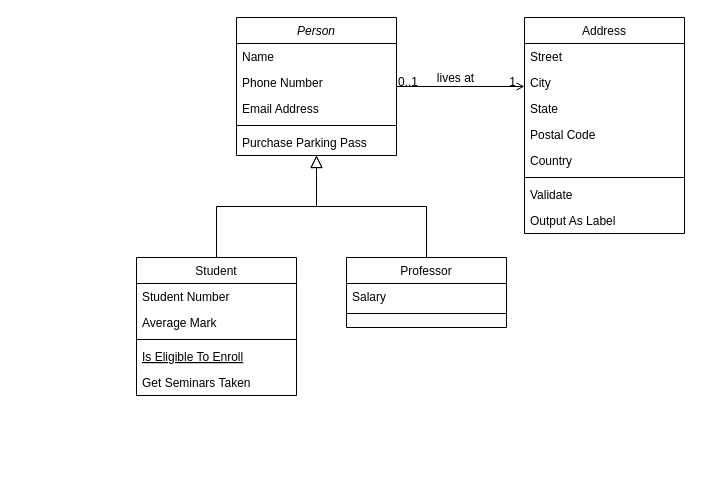
Before: Homework/Homework2/src/HW3/doc/Untitled Diagram.drawio in hfaus/CSCE240-SP22, a draw.io diagram. Source tidied: cells renumbered, new cells numbered last; positions are measured from the earlier drawing's top-left corner, leaving out a move shared by most shapes. Both pictures are drawn from the tidied source at 100%, with x=0, y=0 at pixel (136, 17).
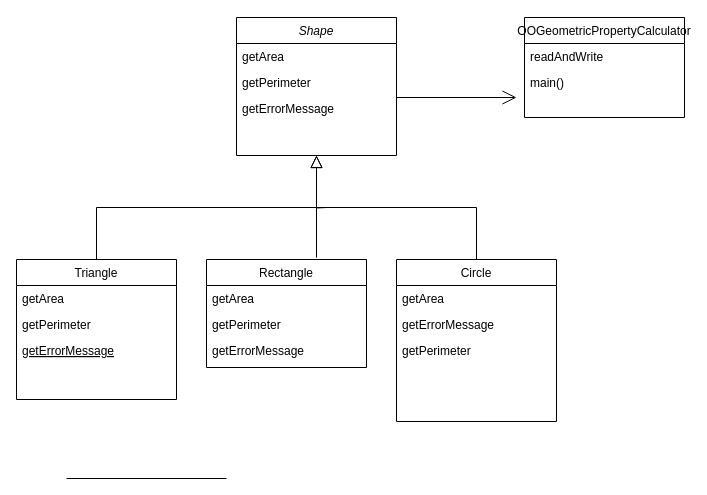
The same diagram, later.

Change to the diagram source:
```diff
@@
-    <mxCell id="2" value="Person" style="swimlane;fontStyle=2;align=center;verticalAlign=top;horizontal=1;startSize=26;rounded=0;shadow=0;strokeWidth=1;" parent="1" vertex="1">
+    <mxCell id="2" value="Shape" style="swimlane;fontStyle=2;align=center;verticalAlign=top;horizontal=1;startSize=26;rounded=0;shadow=0;strokeWidth=1;" parent="1" vertex="1">
       <mxGeometry x="100" width="160" height="138" as="geometry" />
     </mxCell>
-    <mxCell id="3" value="Name" style="text;align=left;verticalAlign=top;spacingLeft=4;spacingRight=4;overflow=hidden;" parent="2" vertex="1">
+    <mxCell id="3" value="getArea" style="text;align=left;verticalAlign=top;spacingLeft=4;spacingRight=4;overflow=hidden;" parent="2" vertex="1">
       <mxGeometry y="26" width="160" height="26" as="geometry" />
     </mxCell>
-    <mxCell id="4" value="Phone Number" style="text;align=left;verticalAlign=top;spacingLeft=4;spacingRight=4;overflow=hidden;rounded=0;shadow=0;html=0;" parent="2" vertex="1">
+    <mxCell id="4" value="getPerimeter" style="text;align=left;verticalAlign=top;spacingLeft=4;spacingRight=4;overflow=hidden;rounded=0;shadow=0;html=0;" parent="2" vertex="1">
       <mxGeometry y="52" width="160" height="26" as="geometry" />
     </mxCell>
-    <mxCell id="5" value="Email Address" style="text;align=left;verticalAlign=top;spacingLeft=4;spacingRight=4;overflow=hidden;rounded=0;shadow=0;html=0;" parent="2" vertex="1">
+    <mxCell id="5" value="getErrorMessage" style="text;align=left;verticalAlign=top;spacingLeft=4;spacingRight=4;overflow=hidden;rounded=0;shadow=0;html=0;" parent="2" vertex="1">
       <mxGeometry y="78" width="160" height="26" as="geometry" />
     </mxCell>
-    <mxCell id="6" style="line;html=1;strokeWidth=1;align=left;verticalAlign=middle;spacingTop=-1;spacingLeft=3;spacingRight=3;labelPosition=right;" parent="2" vertex="1">
-      <mxGeometry y="104" width="160" height="8" as="geometry" />
-    </mxCell>
-    <mxCell id="7" value="Purchase Parking Pass" style="text;align=left;verticalAlign=top;spacingLeft=4;spacingRight=4;overflow=hidden;" parent="2" vertex="1">
-      <mxGeometry y="112" width="160" height="26" as="geometry" />
-    </mxCell>
-    <mxCell id="8" value="Student" style="swimlane;fontStyle=0;align=center;verticalAlign=top;horizontal=1;startSize=26;rounded=0;shadow=0;strokeWidth=1;" parent="1" vertex="1">
-      <mxGeometry y="240" width="160" height="138" as="geometry" />
+    <mxCell id="8" value="Triangle" style="swimlane;fontStyle=0;align=center;verticalAlign=top;horizontal=1;startSize=26;rounded=0;shadow=0;strokeWidth=1;" parent="1" vertex="1">
+      <mxGeometry x="-120" y="242" width="160" height="140" as="geometry" />
     </mxCell>
-    <mxCell id="9" value="Student Number" style="text;align=left;verticalAlign=top;spacingLeft=4;spacingRight=4;overflow=hidden;" parent="8" vertex="1">
+    <mxCell id="9" value="getArea" style="text;align=left;verticalAlign=top;spacingLeft=4;spacingRight=4;overflow=hidden;" parent="8" vertex="1">
       <mxGeometry y="26" width="160" height="26" as="geometry" />
     </mxCell>
-    <mxCell id="10" value="Average Mark" style="text;align=left;verticalAlign=top;spacingLeft=4;spacingRight=4;overflow=hidden;rounded=0;shadow=0;html=0;" parent="8" vertex="1">
+    <mxCell id="10" value="getPerimeter&#10;" style="text;align=left;verticalAlign=top;spacingLeft=4;spacingRight=4;overflow=hidden;rounded=0;shadow=0;html=0;" parent="8" vertex="1">
       <mxGeometry y="52" width="160" height="26" as="geometry" />
     </mxCell>
-    <mxCell id="11" style="line;html=1;strokeWidth=1;align=left;verticalAlign=middle;spacingTop=-1;spacingLeft=3;spacingRight=3;labelPosition=right;" parent="8" vertex="1">
-      <mxGeometry y="78" width="160" height="8" as="geometry" />
-    </mxCell>
-    <mxCell id="12" value="Is Eligible To Enroll" style="text;align=left;verticalAlign=top;spacingLeft=4;spacingRight=4;overflow=hidden;fontStyle=4;" parent="8" vertex="1">
-      <mxGeometry y="86" width="160" height="26" as="geometry" />
+    <mxCell id="12" value="getErrorMessage" style="text;align=left;verticalAlign=top;spacingLeft=4;spacingRight=4;overflow=hidden;fontStyle=4;" parent="8" vertex="1">
+      <mxGeometry y="78" width="160" height="32" as="geometry" />
     </mxCell>
-    <mxCell id="13" value="Get Seminars Taken" style="text;align=left;verticalAlign=top;spacingLeft=4;spacingRight=4;overflow=hidden;" parent="8" vertex="1">
-      <mxGeometry y="112" width="160" height="26" as="geometry" />
-    </mxCell>
@@
-    <mxCell id="15" value="Professor" style="swimlane;fontStyle=0;align=center;verticalAlign=top;horizontal=1;startSize=26;rounded=0;shadow=0;strokeWidth=1;" parent="1" vertex="1">
-      <mxGeometry x="210" y="240" width="160" height="70" as="geometry" />
+    <mxCell id="15" value="Circle" style="swimlane;fontStyle=0;align=center;verticalAlign=top;horizontal=1;startSize=26;rounded=0;shadow=0;strokeWidth=1;" parent="1" vertex="1">
+      <mxGeometry x="260" y="242" width="160" height="162" as="geometry" />
     </mxCell>
+    <mxCell id="32" value="getArea" style="text;align=left;verticalAlign=top;spacingLeft=4;spacingRight=4;overflow=hidden;" parent="15" vertex="1">
+      <mxGeometry y="26" width="160" height="26" as="geometry" />
+    </mxCell>
+    <mxCell id="33" value="getErrorMessage" style="text;align=left;verticalAlign=top;spacingLeft=4;spacingRight=4;overflow=hidden;" parent="15" vertex="1">
+      <mxGeometry y="52" width="160" height="26" as="geometry" />
+    </mxCell>
-    <mxCell id="16" value="Salary" style="text;align=left;verticalAlign=top;spacingLeft=4;spacingRight=4;overflow=hidden;" parent="15" vertex="1">
-      <mxGeometry y="26" width="160" height="26" as="geometry" />
+    <mxCell id="16" value="getPerimeter" style="text;align=left;verticalAlign=top;spacingLeft=4;spacingRight=4;overflow=hidden;" parent="15" vertex="1">
+      <mxGeometry y="78" width="160" height="84" as="geometry" />
     </mxCell>
-    <mxCell id="17" style="line;html=1;strokeWidth=1;align=left;verticalAlign=middle;spacingTop=-1;spacingLeft=3;spacingRight=3;labelPosition=right;" parent="15" vertex="1">
-      <mxGeometry y="52" width="160" height="8" as="geometry" />
-    </mxCell>
@@
-    <mxCell id="19" value="Address" style="swimlane;fontStyle=0;align=center;verticalAlign=top;horizontal=1;startSize=26;rounded=0;shadow=0;strokeWidth=1;" parent="1" vertex="1">
-      <mxGeometry x="388" width="160" height="216" as="geometry" />
+    <mxCell id="19" value="OOGeometricPropertyCalculator" style="swimlane;fontStyle=0;align=center;verticalAlign=top;horizontal=1;startSize=26;rounded=0;shadow=0;strokeWidth=1;" parent="1" vertex="1">
+      <mxGeometry x="388" width="160" height="100" as="geometry" />
     </mxCell>
-    <mxCell id="20" value="Street" style="text;align=left;verticalAlign=top;spacingLeft=4;spacingRight=4;overflow=hidden;" parent="19" vertex="1">
+    <mxCell id="20" value="readAndWrite" style="text;align=left;verticalAlign=top;spacingLeft=4;spacingRight=4;overflow=hidden;" parent="19" vertex="1">
       <mxGeometry y="26" width="160" height="26" as="geometry" />
     </mxCell>
-    <mxCell id="21" value="City" style="text;align=left;verticalAlign=top;spacingLeft=4;spacingRight=4;overflow=hidden;rounded=0;shadow=0;html=0;" parent="19" vertex="1">
+    <mxCell id="21" value="main()" style="text;align=left;verticalAlign=top;spacingLeft=4;spacingRight=4;overflow=hidden;rounded=0;shadow=0;html=0;" parent="19" vertex="1">
       <mxGeometry y="52" width="160" height="26" as="geometry" />
     </mxCell>
-    <mxCell id="22" value="State" style="text;align=left;verticalAlign=top;spacingLeft=4;spacingRight=4;overflow=hidden;rounded=0;shadow=0;html=0;" parent="19" vertex="1">
-      <mxGeometry y="78" width="160" height="26" as="geometry" />
-    </mxCell>
-    <mxCell id="23" value="Postal Code" style="text;align=left;verticalAlign=top;spacingLeft=4;spacingRight=4;overflow=hidden;rounded=0;shadow=0;html=0;" parent="19" vertex="1">
-      <mxGeometry y="104" width="160" height="26" as="geometry" />
-    </mxCell>
-    <mxCell id="24" value="Country" style="text;align=left;verticalAlign=top;spacingLeft=4;spacingRight=4;overflow=hidden;rounded=0;shadow=0;html=0;" parent="19" vertex="1">
-      <mxGeometry y="130" width="160" height="26" as="geometry" />
-    </mxCell>
-    <mxCell id="25" style="line;html=1;strokeWidth=1;align=left;verticalAlign=middle;spacingTop=-1;spacingLeft=3;spacingRight=3;labelPosition=right;" parent="19" vertex="1">
-      <mxGeometry y="156" width="160" height="8" as="geometry" />
-    </mxCell>
-    <mxCell id="26" value="Validate" style="text;align=left;verticalAlign=top;spacingLeft=4;spacingRight=4;overflow=hidden;" parent="19" vertex="1">
-      <mxGeometry y="164" width="160" height="26" as="geometry" />
-    </mxCell>
-    <mxCell id="27" value="Output As Label" style="text;align=left;verticalAlign=top;spacingLeft=4;spacingRight=4;overflow=hidden;" parent="19" vertex="1">
-      <mxGeometry y="190" width="160" height="26" as="geometry" />
-    </mxCell>
-    <mxCell id="28" style="endArrow=open;shadow=0;strokeWidth=1;rounded=0;endFill=1;edgeStyle=elbowEdgeStyle;elbow=vertical;" parent="1" edge="1" source="2" target="19">
-      <mxGeometry x="0.5" y="41" relative="1" as="geometry">
-        <mxPoint x="-40" y="32" as="offset" />
-      </mxGeometry>
-    </mxCell>
-    <mxCell id="29" value="0..1" style="align=left;verticalAlign=bottom;labelBackgroundColor=none;fontSize=12;" parent="28" vertex="1">
-      <mxGeometry x="-1" relative="1" as="geometry">
-        <mxPoint y="4" as="offset" />
-      </mxGeometry>
-    </mxCell>
-    <mxCell id="30" value="1" style="align=right;verticalAlign=bottom;labelBackgroundColor=none;fontSize=12;" parent="28" vertex="1">
-      <mxGeometry x="1" relative="1" as="geometry">
-        <mxPoint x="-7" y="4" as="offset" />
-      </mxGeometry>
-    </mxCell>
-    <mxCell id="31" value="lives at" style="text;html=1;align=center;verticalAlign=middle;labelBackgroundColor=none;rounded=0;shadow=0;strokeWidth=1;fontSize=12;" parent="28" vertex="1">
-      <mxGeometry x="0.5" y="49" relative="1" as="geometry">
-        <mxPoint x="-38" y="40" as="offset" />
-      </mxGeometry>
-    </mxCell>
+    <mxCell id="34" value="Rectangle" style="swimlane;fontStyle=0;align=center;verticalAlign=top;horizontal=1;startSize=26;rounded=0;shadow=0;strokeWidth=1;" parent="1" vertex="1">
+      <mxGeometry x="70" y="242" width="160" height="108" as="geometry" />
+    </mxCell>
+    <mxCell id="35" value="getArea" style="text;align=left;verticalAlign=top;spacingLeft=4;spacingRight=4;overflow=hidden;" parent="34" vertex="1">
+      <mxGeometry y="26" width="160" height="26" as="geometry" />
+    </mxCell>
+    <mxCell id="36" value="getPerimeter" style="text;align=left;verticalAlign=top;spacingLeft=4;spacingRight=4;overflow=hidden;rounded=0;shadow=0;html=0;" parent="34" vertex="1">
+      <mxGeometry y="52" width="160" height="26" as="geometry" />
+    </mxCell>
+    <mxCell id="37" value="getErrorMessage" style="text;align=left;verticalAlign=top;spacingLeft=4;spacingRight=4;overflow=hidden;" parent="34" vertex="1">
+      <mxGeometry y="78" width="160" height="26" as="geometry" />
+    </mxCell>
+    <mxCell id="38" style="endArrow=none;html=1;edgeStyle=orthogonalEdgeStyle;rounded=0;" parent="1" edge="1">
+      <mxGeometry relative="1" as="geometry">
+        <mxPoint x="190" y="190" as="sourcePoint" />
+        <mxPoint x="180" y="240" as="targetPoint" />
+      </mxGeometry>
+    </mxCell>
+    <mxCell id="11" style="line;html=1;strokeWidth=1;align=left;verticalAlign=middle;spacingTop=-1;spacingLeft=3;spacingRight=3;labelPosition=right;" parent="1" vertex="1">
+      <mxGeometry x="-70" y="457" width="160" height="8" as="geometry" />
+    </mxCell>
+    <mxCell id="39" style="endArrow=open;endFill=1;endSize=12;html=1;rounded=0;" parent="1" edge="1">
+      <mxGeometry relative="1" as="geometry">
+        <mxPoint x="260" y="80" as="sourcePoint" />
+        <mxPoint x="380" y="80" as="targetPoint" />
+      </mxGeometry>
+    </mxCell>
```
